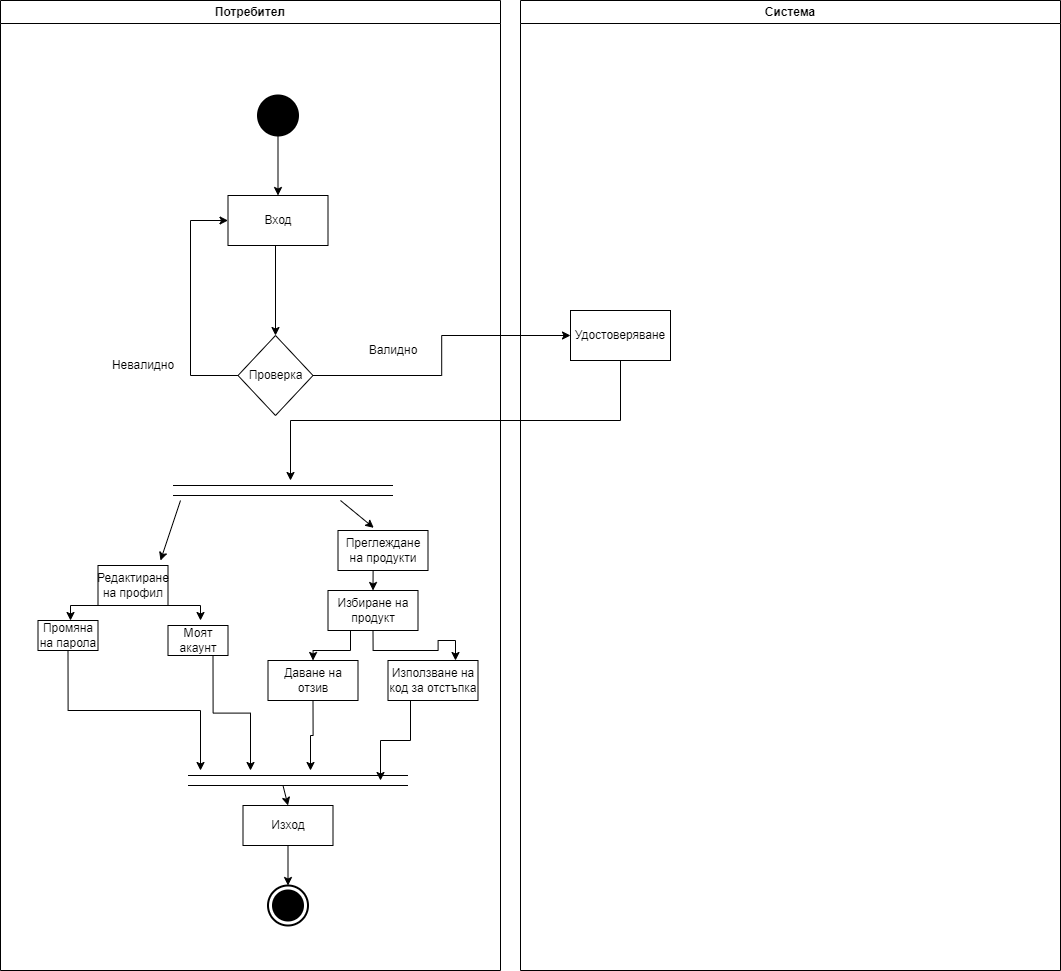
Above: Документация/Activity diagram.drawio.png in codingburgas/2223-otj-12-project-repo-csharp-VPPetrov18 (draw.io), before the change. Source tidied: cells renumbered, new cells last; positions are measured from the earlier drawing's top-left corner, leaving out a move shared by most shapes.
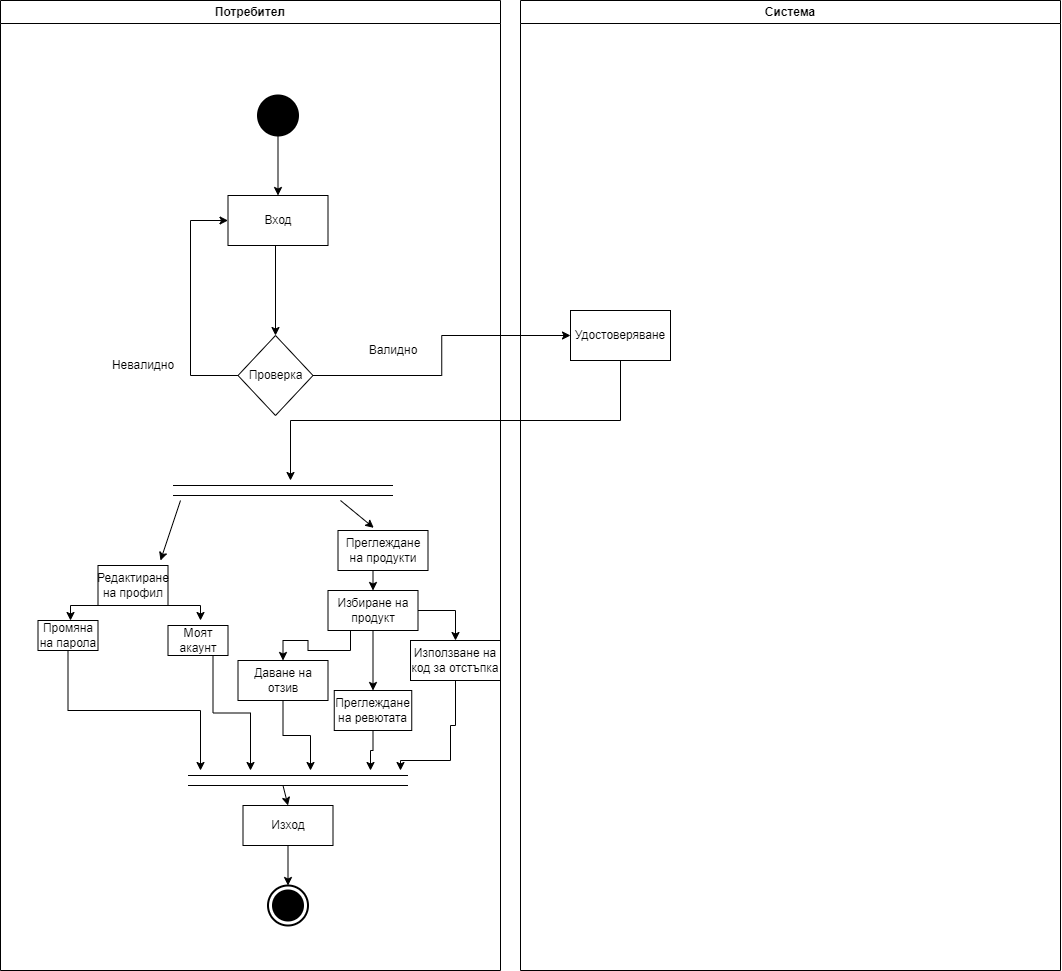
After the commit.

Change to the diagram source:
```diff
@@ -59,12 +59,15 @@
     <mxCell id="15" value="Преглеждане на продукти" style="rounded=0;whiteSpace=wrap;html=1;" parent="2" vertex="1">
       <mxGeometry x="337.5" y="530" width="90" height="40" as="geometry" />
     </mxCell>
+    <mxCell id="17" style="edgeStyle=orthogonalEdgeStyle;rounded=0;jettySize=auto;html=1;exitX=0.25;exitY=1;exitDx=0;exitDy=0;entryX=0.5;entryY=0;entryDx=0;entryDy=0;" parent="2" edge="1" source="18" target="20">
+      <mxGeometry relative="1" as="geometry" />
+    </mxCell>
+    <mxCell id="41" style="edgeStyle=orthogonalEdgeStyle;rounded=0;jettySize=auto;html=1;exitX=0.5;exitY=1;exitDx=0;exitDy=0;entryX=0.5;entryY=0;entryDx=0;entryDy=0;" parent="2" edge="1" source="18" target="44">
+      <mxGeometry relative="1" as="geometry" />
+    </mxCell>
-    <mxCell id="16" style="edgeStyle=orthogonalEdgeStyle;rounded=0;jettySize=auto;html=1;exitX=0.5;exitY=1;exitDx=0;exitDy=0;entryX=0.75;entryY=0;entryDx=0;entryDy=0;" parent="2" edge="1" source="18" target="22">
+    <mxCell id="16" style="edgeStyle=orthogonalEdgeStyle;rounded=0;jettySize=auto;html=1;exitX=1;exitY=0.5;exitDx=0;exitDy=0;entryX=0.5;entryY=0;entryDx=0;entryDy=0;" parent="2" edge="1" source="18" target="22">
       <mxGeometry relative="1" as="geometry" />
     </mxCell>
-    <mxCell id="17" style="edgeStyle=orthogonalEdgeStyle;rounded=0;jettySize=auto;html=1;exitX=0.25;exitY=1;exitDx=0;exitDy=0;entryX=0.5;entryY=0;entryDx=0;entryDy=0;" parent="2" edge="1" source="18" target="20">
-      <mxGeometry relative="1" as="geometry" />
-    </mxCell>
     <mxCell id="18" value="Избиране на продукт" style="rounded=0;whiteSpace=wrap;html=1;" parent="2" vertex="1">
       <mxGeometry x="327.5" y="590" width="90" height="40" as="geometry" />
     </mxCell>
@@ -74,15 +77,21 @@
       </mxGeometry>
     </mxCell>
     <mxCell id="20" value="Даване на отзив" style="rounded=0;whiteSpace=wrap;html=1;" parent="2" vertex="1">
-      <mxGeometry x="267.5" y="660" width="90" height="40" as="geometry" />
+      <mxGeometry x="237.5" y="660" width="90" height="40" as="geometry" />
     </mxCell>
-    <mxCell id="21" style="edgeStyle=orthogonalEdgeStyle;rounded=0;jettySize=auto;html=1;exitX=0.25;exitY=1;exitDx=0;exitDy=0;" parent="2" edge="1" source="22">
-      <mxGeometry relative="1" as="geometry">
-        <mxPoint x="380" y="780" as="targetPoint" />
-      </mxGeometry>
-    </mxCell>
+    <mxCell id="42" style="edgeStyle=orthogonalEdgeStyle;rounded=0;jettySize=auto;html=1;exitX=0.5;exitY=1;exitDx=0;exitDy=0;" parent="2" edge="1" source="22">
+      <mxGeometry relative="1" as="geometry">
+        <mxPoint x="400" y="770" as="targetPoint" />
+        <Array as="points">
+          <mxPoint x="455" y="725" />
+          <mxPoint x="450" y="725" />
+          <mxPoint x="450" y="760" />
+          <mxPoint x="400" y="760" />
+        </Array>
+      </mxGeometry>
+    </mxCell>
     <mxCell id="22" value="Използване на код за отстъпка" style="rounded=0;whiteSpace=wrap;html=1;" parent="2" vertex="1">
-      <mxGeometry x="387.5" y="660" width="90" height="40" as="geometry" />
+      <mxGeometry x="410" y="640" width="90" height="40" as="geometry" />
     </mxCell>
     <mxCell id="23" style="endArrow=none;html=1;rounded=0;" parent="2" edge="1">
       <mxGeometry relative="1" as="geometry">
@@ -147,6 +156,17 @@
         <mxPoint x="160" y="560" as="targetPoint" />
       </mxGeometry>
     </mxCell>
+    <mxCell id="43" style="edgeStyle=orthogonalEdgeStyle;rounded=0;jettySize=auto;html=1;exitX=0.5;exitY=1;exitDx=0;exitDy=0;" parent="2" edge="1" source="44">
+      <mxGeometry relative="1" as="geometry">
+        <mxPoint x="370" y="770" as="targetPoint" />
+      </mxGeometry>
+    </mxCell>
+    <mxCell id="44" value="Преглеждане на ревютата" style="rounded=0;whiteSpace=wrap;html=1;" parent="2" vertex="1">
+      <mxGeometry x="333.8" y="690" width="77.5" height="40" as="geometry" />
+    </mxCell>
+    <mxCell id="45" style="edgeStyle=orthogonalEdgeStyle;rounded=0;orthogonalLoop=1;jettySize=auto;html=1;exitX=0.5;exitY=1;exitDx=0;exitDy=0;" parent="2" edge="1" source="22" target="22">
+      <mxGeometry relative="1" as="geometry" />
+    </mxCell>
     <mxCell id="37" value="Система" style="swimlane;whiteSpace=wrap;html=1;" parent="1" vertex="1">
       <mxGeometry x="520" width="540" height="970" as="geometry" />
     </mxCell>
```
